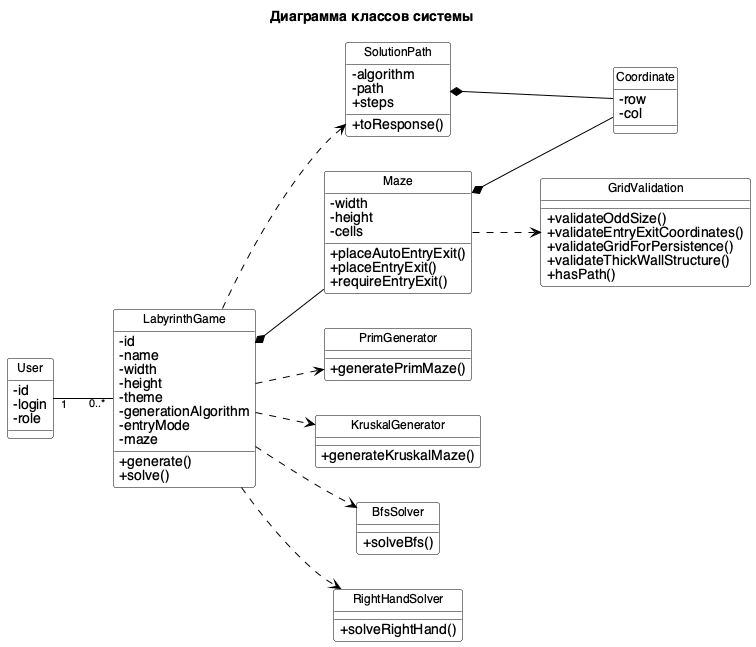
This is diagrams/class/class-diagram.png from ozcnii/software-engineering, a PlantUML export, as it was before one commit.
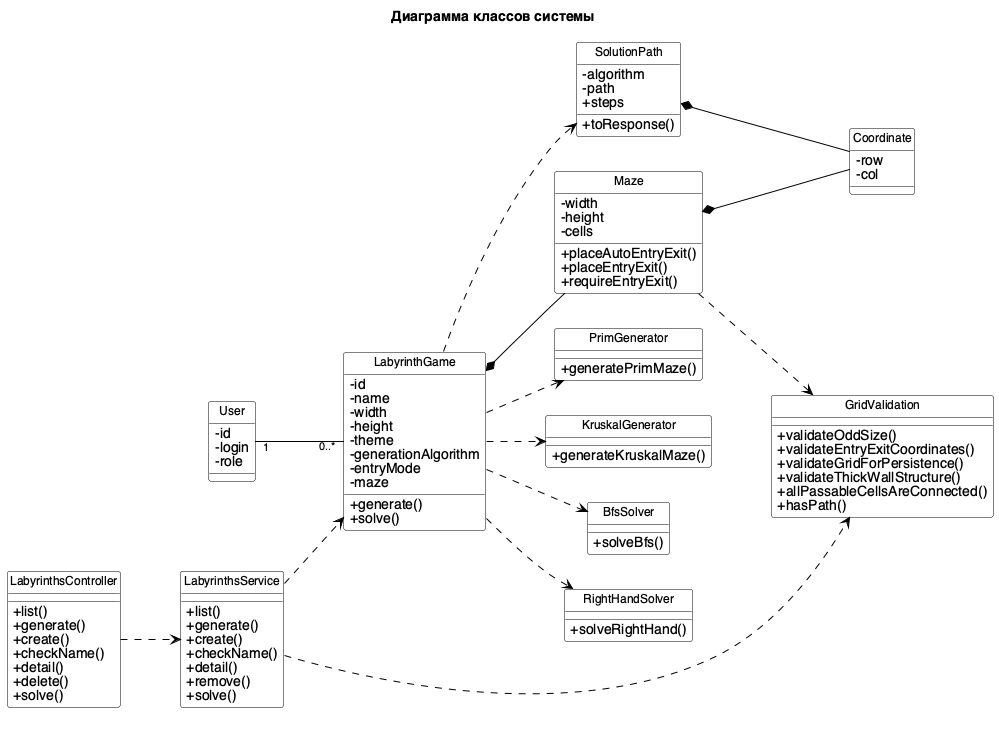
Later version of the same file.

Change to the diagram source:
```diff
@@ -19,6 +19,26 @@
   -id
   -login
   -role
+}
+
+class LabyrinthsController {
+  +list()
+  +generate()
+  +create()
+  +checkName()
+  +detail()
+  +delete()
+  +solve()
+}
+
+class LabyrinthsService {
+  +list()
+  +generate()
+  +create()
+  +checkName()
+  +detail()
+  +remove()
+  +solve()
 }
 
 class LabyrinthGame {
@@ -60,6 +80,7 @@
   +validateEntryExitCoordinates()
   +validateGridForPersistence()
   +validateThickWallStructure()
+  +allPassableCellsAreConnected()
   +hasPath()
 }
 
@@ -80,6 +101,9 @@
 }
 
 User "1" -- "0..*" LabyrinthGame
+LabyrinthsController ..> LabyrinthsService
+LabyrinthsService ..> LabyrinthGame
+LabyrinthsService ..> GridValidation
 LabyrinthGame *-- Maze
 Maze *-- Coordinate
 SolutionPath *-- Coordinate
```
